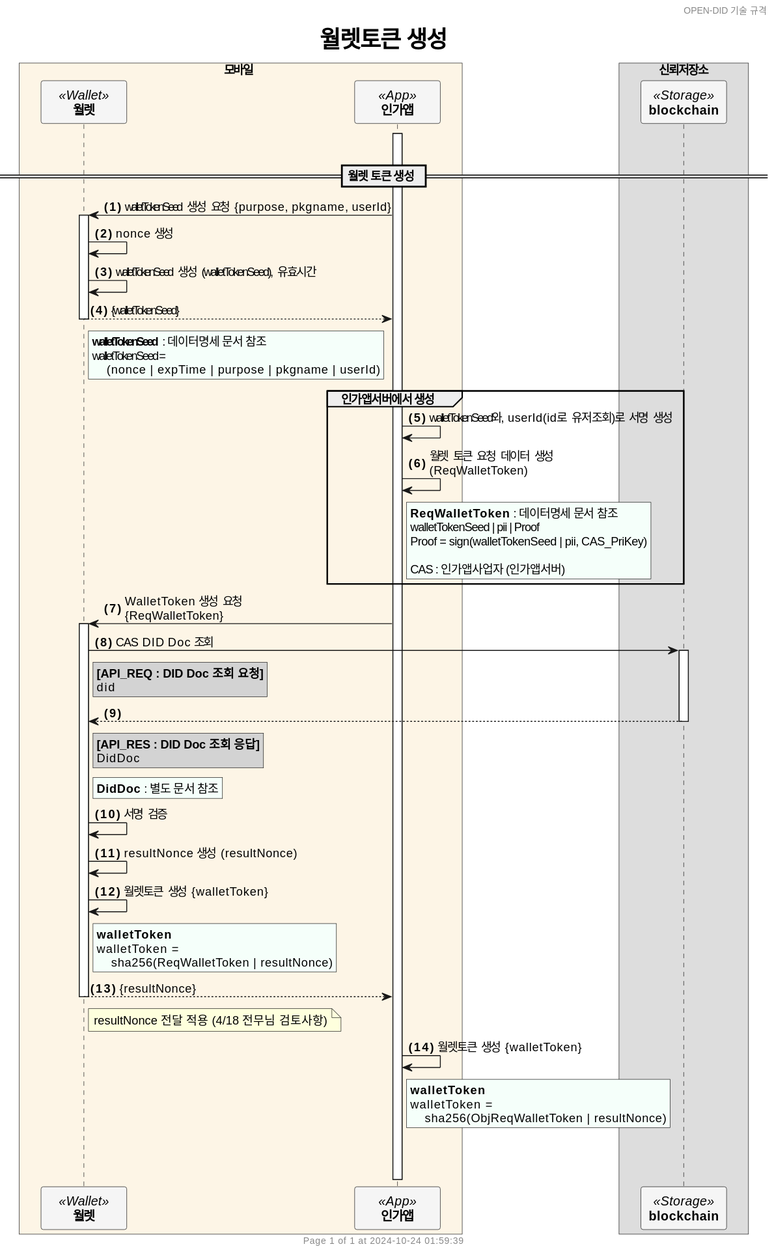
Above: docs/sequence/detailed/images/create_wallet_token_ko.svg in OmniOneID/did-doc-architecture (PlantUML), before the change.
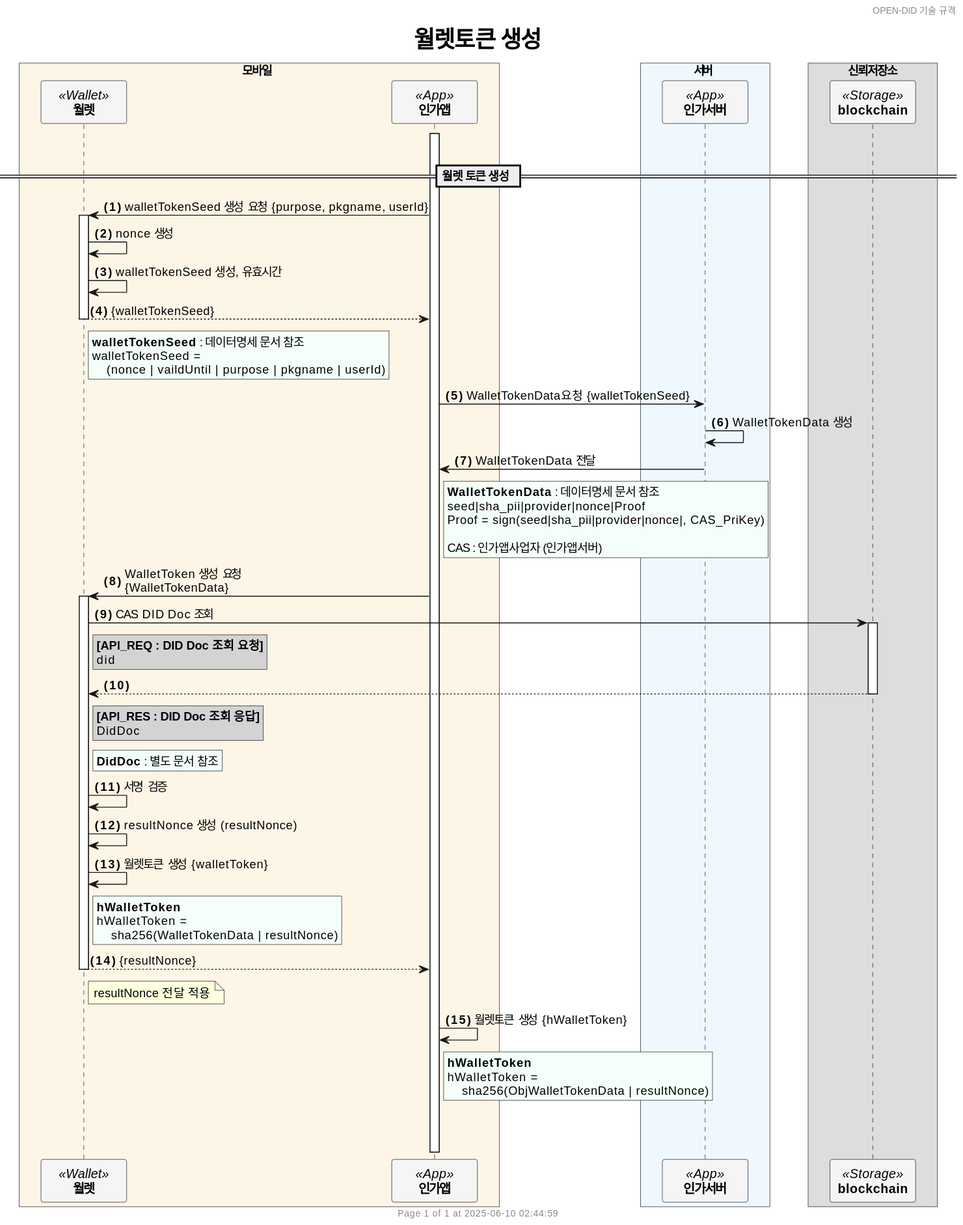
Above is the later version.

The edit, as a diff of the source:
```diff
@@ -22,7 +22,9 @@
     participant "**인가앱**" as CA <<App>> #WhiteSmoke
 end box
 
-
+box 서버 #AliceBlue
+    participant "**인가서버**" as CAS <<App>> #WhiteSmoke
+end box
 
 box 신뢰저장소
     participant "**blockchain**" as BC <<Storage>> #WhiteSmoke
@@ -33,36 +35,33 @@
 
 |||
 
-
 == 월렛 토큰 생성 ==
 
 activate CA
 
-CA -> WALLET++ : tmpToken 생성 요청 {purpose, pkgname, userId}
+CA -> WALLET++ : walletTokenSeed 생성 요청 {purpose, pkgname, userId}
     WALLET -> WALLET : nonce 생성
-    WALLET -> WALLET : tmpToken 생성 (TmpToken), 유효시간
-return {TmpToken}
+    WALLET -> WALLET : walletTokenSeed 생성, 유효시간
+return {walletTokenSeed}
 rnote right of WALLET #MintCream
-    **TmpToken** : $doc
-    TmpToken =
-        (nonce | expTime | purpose | pkgname | userId)
+    **walletTokenSeed** : $doc
+    walletTokenSeed =
+        (nonce | vaildUntil | purpose | pkgname | userId)
 end note
 
-group 인가앱서버에서 생성
-    CA -> CA : TmpToken와, userId(id로 유저조회)로 서명 생성
+CA -> CAS : WalletTokenData요청 {walletTokenSeed}
+CAS-> CAS : WalletTokenData 생성
+CAS -> CA : WalletTokenData 전달
+rnote right of CA #MintCream
+    **WalletTokenData** : $doc
+    seed|sha_pii|provider|nonce|Proof
+    Proof = sign(seed|sha_pii|provider|nonce|, CAS_PriKey)
 
-    CA -> CA : 월렛 토큰 요청 데이터 생성 \n(ReqWalletToken)
-    rnote right of CA #MintCream
-        **ReqWalletToken** : $doc
-        TmpToken | pii | Proof
-        Proof = sign(TmpToken | pii, CAP_PriKey)
+    CAS : 인가앱사업자 (인가앱서버)
+end note
 
-        CAP : 인가앱사업자 (인가앱서버)
-    end note
-end
-
-CA -> WALLET++ : WalletToken 생성 요청 \n{ReqWalletToken}
-    WALLET -> BC++ : CAP DID Doc 조회
+CA -> WALLET++ : WalletToken 생성 요청 \n{WalletTokenData}
+    WALLET -> BC++ : CAS DID Doc 조회
     rnote right of WALLET #LightGray
         **[API_REQ : DID Doc 조회 요청]**
         did
@@ -82,25 +81,20 @@
 
     WALLET -> WALLET : 월렛토큰 생성 {walletToken}
     rnote right of WALLET #MintCream
-        **walletToken**
-        walletToken =
-            sha256(ReqWalletToken | resultNonce)
+        **hWalletToken**
+        hWalletToken =
+            sha256(WalletTokenData | resultNonce)
     end note
 
     return {resultNonce}
-    note right of WALLET : resultNonce 전달 적용 (4/18 전무님 검토사항)
+    note right of WALLET : resultNonce 전달 적용
 
-    CA -> CA : 월렛토큰 생성 {walletToken}
+    CA -> CA : 월렛토큰 생성 {hWalletToken}
     rnote right of CA #MintCream
-        **walletToken**
-        walletToken =
-            sha256(ObjReqWalletToken | resultNonce)
+        **hWalletToken**
+        hWalletToken =
+            sha256(ObjWalletTokenData | resultNonce)
     end note
-
-
-
-
-
 
 |||
 |||
```
